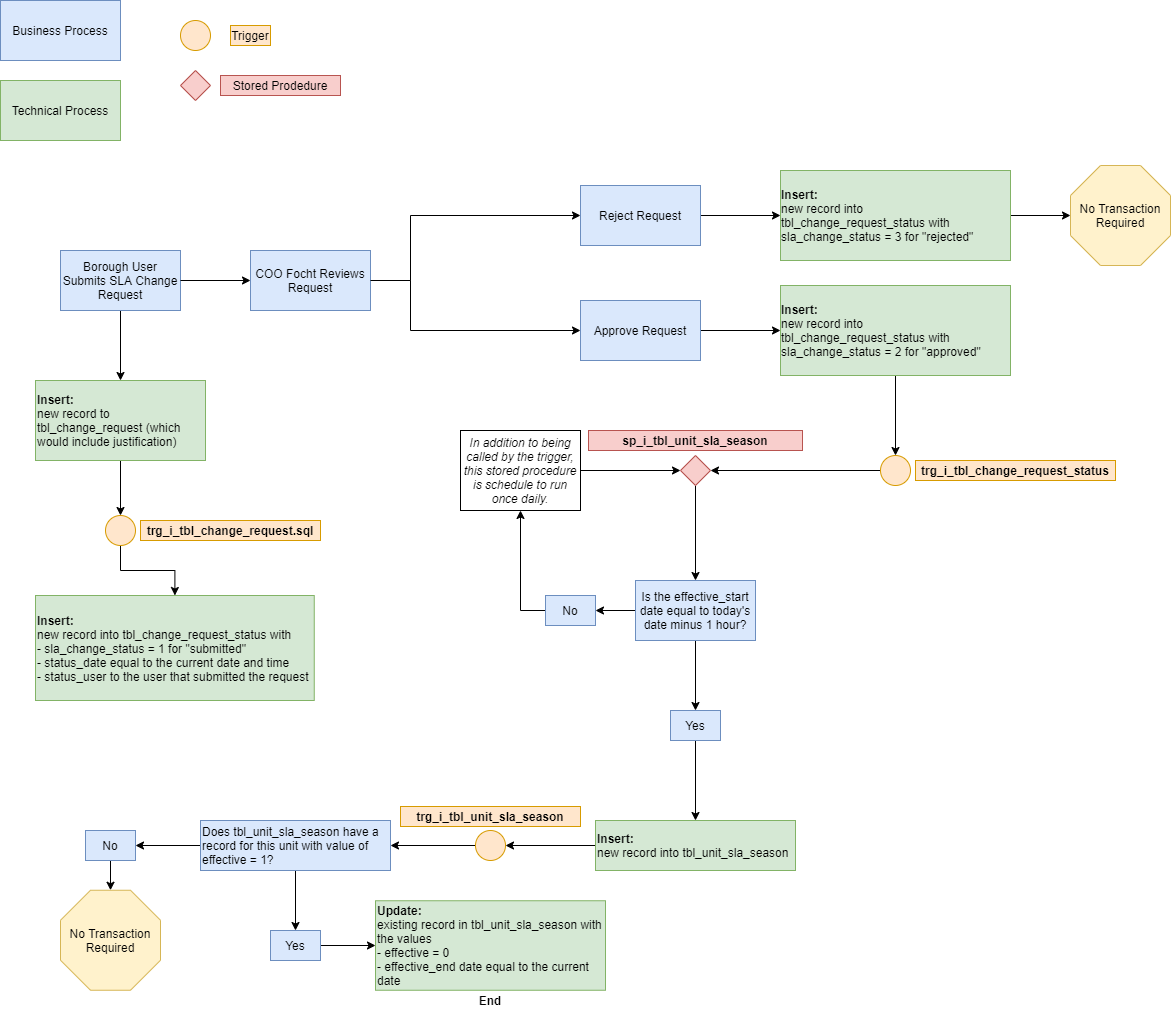
NYC-Parks/SLADB keeps this draw.io diagram as images/trg_i_tbl_change_request.sql; trg_i_tbl_unit_sla_season.sql; sp_i_tbl_unit_sla_season_delay.sql.png. Above is the earlier version. Source tidied: cells renumbered, new cells last; positions are measured from the earlier drawing's top-left corner, leaving out a move shared by most shapes.
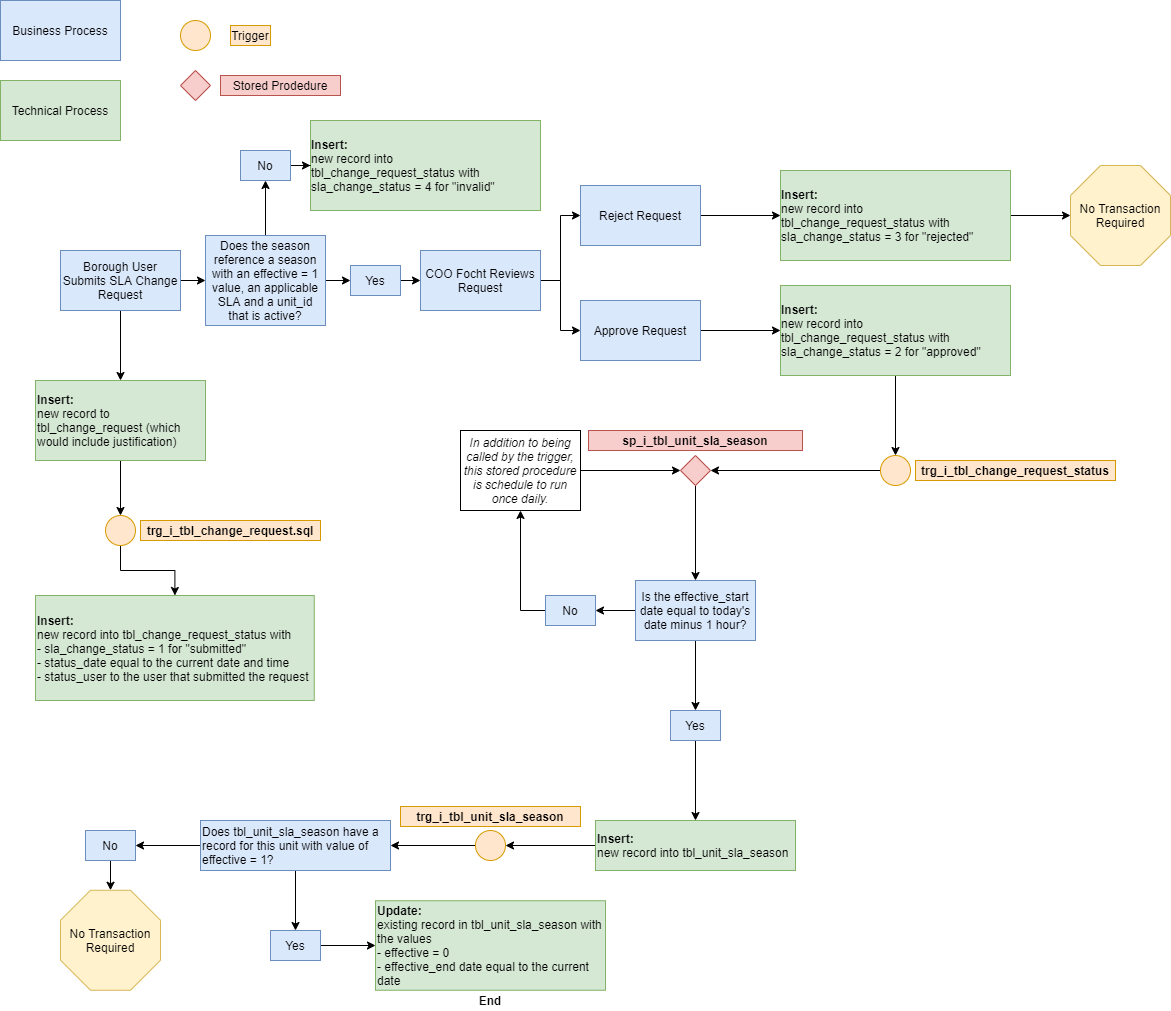
After the commit.

The edit, as a diff of the source:
```diff
@@ -17,22 +17,20 @@
     <mxCell id="6" style="edgeStyle=orthogonalEdgeStyle;rounded=0;jettySize=auto;html=1;" parent="1" edge="1" source="7" target="13">
       <mxGeometry relative="1" as="geometry" />
     </mxCell>
+    <mxCell id="60" style="edgeStyle=orthogonalEdgeStyle;rounded=0;jettySize=auto;html=1;exitX=1;exitY=0.5;exitDx=0;exitDy=0;entryX=0;entryY=0.5;entryDx=0;entryDy=0;" parent="1" edge="1" source="7" target="63">
+      <mxGeometry relative="1" as="geometry" />
+    </mxCell>
     <mxCell id="7" value="Borough User Submits SLA Change Request" style="rounded=0;whiteSpace=wrap;html=1;fillColor=#dae8fc;strokeColor=#6c8ebf;" parent="1" vertex="1">
       <mxGeometry x="60" y="250" width="120" height="60" as="geometry" />
     </mxCell>
-    <mxCell id="8" style="endArrow=classic;html=1;exitX=1;exitY=0.5;exitDx=0;exitDy=0;" parent="1" edge="1" source="7" target="10">
-      <mxGeometry relative="1" as="geometry" />
-    </mxCell>
-    <mxCell id="9" style="edgeStyle=orthogonalEdgeStyle;rounded=0;jettySize=auto;html=1;" parent="1" edge="1" source="10" target="17">
-      <mxGeometry relative="1" as="geometry">
-        <Array as="points">
-          <mxPoint x="410" y="280" />
-          <mxPoint x="410" y="215" />
-        </Array>
-      </mxGeometry>
+    <mxCell id="9" style="edgeStyle=orthogonalEdgeStyle;rounded=0;jettySize=auto;html=1;exitX=1;exitY=0.5;exitDx=0;exitDy=0;entryX=0;entryY=0.5;entryDx=0;entryDy=0;" parent="1" edge="1" source="10" target="17">
+      <mxGeometry relative="1" as="geometry" />
     </mxCell>
+    <mxCell id="15" style="edgeStyle=orthogonalEdgeStyle;rounded=0;jettySize=auto;html=1;exitX=1;exitY=0.5;exitDx=0;exitDy=0;entryX=0;entryY=0.5;entryDx=0;entryDy=0;" parent="1" edge="1" source="10" target="21">
+      <mxGeometry relative="1" as="geometry" />
+    </mxCell>
     <mxCell id="10" value="COO Focht Reviews Request" style="rounded=0;whiteSpace=wrap;html=1;fillColor=#dae8fc;strokeColor=#6c8ebf;" parent="1" vertex="1">
-      <mxGeometry x="250" y="250" width="120" height="60" as="geometry" />
+      <mxGeometry x="420" y="250" width="120" height="60" as="geometry" />
     </mxCell>
     <mxCell id="11" style="edgeStyle=orthogonalEdgeStyle;rounded=0;jettySize=auto;html=1;exitX=0.5;exitY=1;exitDx=0;exitDy=0;" parent="1" edge="1" source="33" target="14">
       <mxGeometry relative="1" as="geometry" />
@@ -46,14 +44,6 @@
     <mxCell id="14" value="Insert:&lt;br&gt;&lt;span style=&quot;font-weight: normal&quot;&gt;new record into tbl_change_request_status with &lt;br&gt;- sla_change_status = 1 for &quot;submitted&quot;&lt;br&gt;- status_date equal to the current date and time&lt;br&gt;- status_user to the user that submitted the request&lt;br&gt;&lt;/span&gt;" style="rounded=0;whiteSpace=wrap;html=1;fillColor=#d5e8d4;strokeColor=#82b366;fontStyle=1;align=left;" parent="1" vertex="1">
       <mxGeometry x="35" y="595" width="278.8" height="105" as="geometry" />
     </mxCell>
-    <mxCell id="15" style="edgeStyle=orthogonalEdgeStyle;rounded=0;jettySize=auto;html=1;exitX=1;exitY=0.5;exitDx=0;exitDy=0;entryX=0;entryY=0.5;entryDx=0;entryDy=0;" parent="1" edge="1" source="10" target="21">
-      <mxGeometry relative="1" as="geometry">
-        <Array as="points">
-          <mxPoint x="410" y="280" />
-          <mxPoint x="410" y="330" />
-        </Array>
-      </mxGeometry>
-    </mxCell>
     <mxCell id="16" style="edgeStyle=orthogonalEdgeStyle;rounded=0;jettySize=auto;html=1;" parent="1" edge="1" source="17" target="19">
       <mxGeometry relative="1" as="geometry" />
     </mxCell>
@@ -186,5 +176,29 @@
     <mxCell id="59" value="&lt;b&gt;End&lt;/b&gt;" style="text;html=1;strokeColor=none;fillColor=none;align=center;verticalAlign=middle;whiteSpace=wrap;rounded=0;" parent="1" vertex="1">
       <mxGeometry x="470" y="990" width="40" height="20" as="geometry" />
     </mxCell>
+    <mxCell id="61" style="edgeStyle=orthogonalEdgeStyle;rounded=0;jettySize=auto;html=1;exitX=1;exitY=0.5;exitDx=0;exitDy=0;entryX=0;entryY=0.5;entryDx=0;entryDy=0;" parent="1" edge="1" source="63" target="65">
+      <mxGeometry relative="1" as="geometry" />
+    </mxCell>
+    <mxCell id="62" style="edgeStyle=orthogonalEdgeStyle;rounded=0;jettySize=auto;html=1;exitX=0.5;exitY=0;exitDx=0;exitDy=0;entryX=0.5;entryY=1;entryDx=0;entryDy=0;" parent="1" edge="1" source="63" target="68">
+      <mxGeometry relative="1" as="geometry" />
+    </mxCell>
+    <mxCell id="63" value="Does the season reference a season with an effective = 1 value, an applicable SLA and a unit_id that is active?" style="rounded=0;whiteSpace=wrap;html=1;fillColor=#dae8fc;strokeColor=#6c8ebf;" parent="1" vertex="1">
+      <mxGeometry x="205" y="235" width="120" height="90" as="geometry" />
+    </mxCell>
+    <mxCell id="64" style="edgeStyle=orthogonalEdgeStyle;rounded=0;jettySize=auto;html=1;exitX=1;exitY=0.5;exitDx=0;exitDy=0;entryX=0;entryY=0.5;entryDx=0;entryDy=0;" parent="1" edge="1" source="65" target="10">
+      <mxGeometry relative="1" as="geometry" />
+    </mxCell>
+    <mxCell id="65" value="Yes" style="rounded=0;whiteSpace=wrap;html=1;fillColor=#dae8fc;strokeColor=#6c8ebf;" parent="1" vertex="1">
+      <mxGeometry x="350" y="265" width="50" height="30" as="geometry" />
+    </mxCell>
+    <mxCell id="66" value="&lt;div style=&quot;text-align: left&quot;&gt;&lt;span&gt;&lt;b&gt;Insert:&lt;/b&gt;&lt;/span&gt;&lt;/div&gt;&lt;div style=&quot;text-align: left&quot;&gt;&lt;span&gt;new record into tbl_change_request_status with sla_change_status = 4 for &quot;invalid&quot;&lt;/span&gt;&lt;/div&gt;" style="rounded=0;whiteSpace=wrap;html=1;fillColor=#d5e8d4;strokeColor=#82b366;" parent="1" vertex="1">
+      <mxGeometry x="310" y="120" width="230" height="90" as="geometry" />
+    </mxCell>
+    <mxCell id="67" style="edgeStyle=orthogonalEdgeStyle;rounded=0;jettySize=auto;html=1;exitX=1;exitY=0.5;exitDx=0;exitDy=0;" parent="1" edge="1" source="68" target="66">
+      <mxGeometry relative="1" as="geometry" />
+    </mxCell>
+    <mxCell id="68" value="No" style="rounded=0;whiteSpace=wrap;html=1;fillColor=#dae8fc;strokeColor=#6c8ebf;" parent="1" vertex="1">
+      <mxGeometry x="240" y="150" width="50" height="30" as="geometry" />
+    </mxCell>
   </root>
 </mxGraphModel>
```
